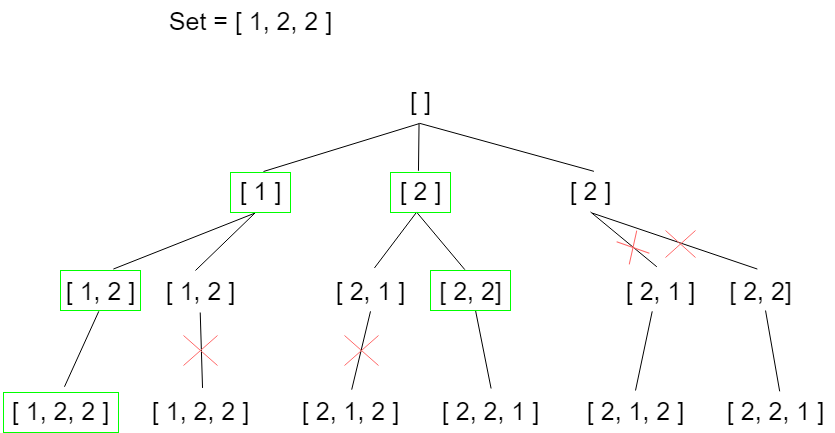
ashiven/leetcode-solutions keeps this draw.io diagram as Python3/img/SubsetsII.png. Above is the earlier version. Source tidied: cells renumbered, new cells last; positions are measured from the earlier drawing's top-left corner, leaving out a move shared by most shapes.
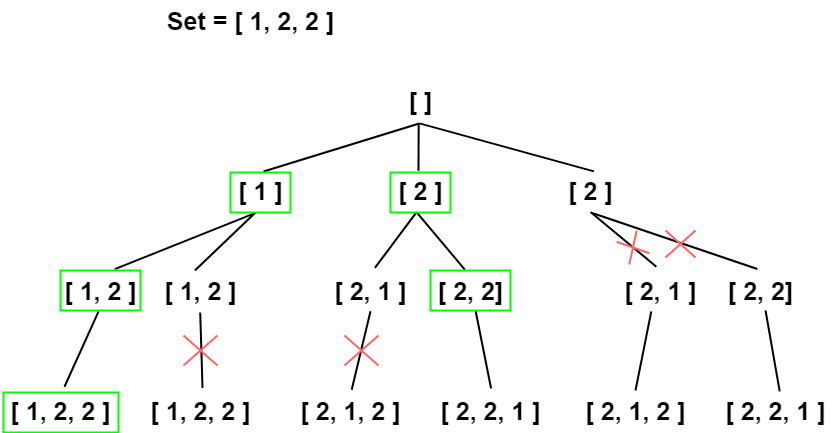
Above is the later version.

Diff of the diagram source:
```diff
@@ -1,128 +1,128 @@
-<mxGraphModel>
+<mxGraphModel background="#ffffff">
   <root>
     <mxCell id="0" />
     <mxCell id="1" parent="0" />
-    <mxCell id="2" value="Set = [ 1, 2, 2 ]" style="text;html=1;align=center;verticalAlign=middle;strokeColor=none;fillColor=none;fontSize=25;" parent="1" vertex="1">
+    <mxCell id="2" value="Set = [ 1, 2, 2 ]" style="text;html=1;align=center;verticalAlign=middle;strokeColor=none;fillColor=none;fontSize=25;strokeWidth=2;fontStyle=1;" parent="1" vertex="1">
       <mxGeometry x="155" width="190" height="40" as="geometry" />
     </mxCell>
-    <mxCell id="3" value="[ ]" style="text;html=1;align=center;verticalAlign=middle;points=[];strokeColor=none;fillColor=none;fontSize=25;" parent="1" vertex="1">
-      <mxGeometry x="400" y="80" width="40" height="40" as="geometry" />
+    <mxCell id="3" value="[ ]" style="text;html=1;align=center;verticalAlign=middle;points=[];strokeColor=none;fillColor=none;fontSize=25;strokeWidth=2;fontStyle=1;" parent="1" vertex="1">
+      <mxGeometry x="395" y="80" width="50" height="40" as="geometry" />
     </mxCell>
-    <mxCell id="4" value="[ 1 ]" style="text;html=1;align=center;verticalAlign=middle;points=[];strokeColor=none;fillColor=none;fontSize=25;" parent="1" vertex="1">
+    <mxCell id="4" value="[ 1 ]" style="text;html=1;align=center;verticalAlign=middle;points=[];strokeColor=none;fillColor=none;fontSize=25;strokeWidth=2;fontStyle=1;" parent="1" vertex="1">
       <mxGeometry x="225" y="170" width="70" height="40" as="geometry" />
     </mxCell>
-    <mxCell id="5" value="[ 2 ]" style="text;html=1;align=center;verticalAlign=middle;points=[];strokeColor=none;fillColor=none;fontSize=25;" parent="1" vertex="1">
+    <mxCell id="5" value="[ 2 ]" style="text;html=1;align=center;verticalAlign=middle;points=[];strokeColor=none;fillColor=none;fontSize=25;strokeWidth=2;fontStyle=1;" parent="1" vertex="1">
       <mxGeometry x="385" y="170" width="70" height="40" as="geometry" />
     </mxCell>
-    <mxCell id="6" value="[ 2 ]" style="text;html=1;align=center;verticalAlign=middle;points=[];strokeColor=none;fillColor=none;fontSize=25;" parent="1" vertex="1">
+    <mxCell id="6" value="[ 2 ]" style="text;html=1;align=center;verticalAlign=middle;points=[];strokeColor=none;fillColor=none;fontSize=25;strokeWidth=2;fontStyle=1;" parent="1" vertex="1">
       <mxGeometry x="555" y="170" width="70" height="40" as="geometry" />
     </mxCell>
-    <mxCell id="7" value="[ 1, 2 ]" style="text;html=1;align=center;verticalAlign=middle;points=[];strokeColor=none;fillColor=none;fontSize=25;" parent="1" vertex="1">
-      <mxGeometry x="55" y="270" width="90" height="40" as="geometry" />
+    <mxCell id="7" value="[ 1, 2 ]" style="text;html=1;align=center;verticalAlign=middle;points=[];strokeColor=none;fillColor=none;fontSize=25;strokeWidth=2;fontStyle=1;" parent="1" vertex="1">
+      <mxGeometry x="50" y="270" width="100" height="40" as="geometry" />
     </mxCell>
-    <mxCell id="8" value="[ 1, 2 ]" style="text;html=1;align=center;verticalAlign=middle;points=[];strokeColor=none;fillColor=none;fontSize=25;" parent="1" vertex="1">
-      <mxGeometry x="155" y="270" width="90" height="40" as="geometry" />
+    <mxCell id="8" value="[ 1, 2 ]" style="text;html=1;align=center;verticalAlign=middle;points=[];strokeColor=none;fillColor=none;fontSize=25;strokeWidth=2;fontStyle=1;" parent="1" vertex="1">
+      <mxGeometry x="150" y="270" width="100" height="40" as="geometry" />
     </mxCell>
-    <mxCell id="9" value="[ 2, 1 ]" style="text;html=1;align=center;verticalAlign=middle;points=[];strokeColor=none;fillColor=none;fontSize=25;" parent="1" vertex="1">
-      <mxGeometry x="325" y="270" width="90" height="40" as="geometry" />
+    <mxCell id="9" value="[ 2, 1 ]" style="text;html=1;align=center;verticalAlign=middle;points=[];strokeColor=none;fillColor=none;fontSize=25;strokeWidth=2;fontStyle=1;" parent="1" vertex="1">
+      <mxGeometry x="320" y="270" width="100" height="40" as="geometry" />
     </mxCell>
-    <mxCell id="10" value="[ 2, 2]" style="text;html=1;align=center;verticalAlign=middle;points=[];strokeColor=none;fillColor=none;fontSize=25;" parent="1" vertex="1">
+    <mxCell id="10" value="[ 2, 2]" style="text;html=1;align=center;verticalAlign=middle;points=[];strokeColor=none;fillColor=none;fontSize=25;strokeWidth=2;fontStyle=1;" parent="1" vertex="1">
       <mxGeometry x="425" y="270" width="90" height="40" as="geometry" />
     </mxCell>
-    <mxCell id="11" value="[ 2, 1 ]" style="text;html=1;align=center;verticalAlign=middle;points=[];strokeColor=none;fillColor=none;fontSize=25;" parent="1" vertex="1">
-      <mxGeometry x="615" y="270" width="90" height="40" as="geometry" />
+    <mxCell id="11" value="[ 2, 1 ]" style="text;html=1;align=center;verticalAlign=middle;points=[];strokeColor=none;fillColor=none;fontSize=25;strokeWidth=2;fontStyle=1;" parent="1" vertex="1">
+      <mxGeometry x="610" y="270" width="100" height="40" as="geometry" />
     </mxCell>
-    <mxCell id="12" value="[ 2, 2]" style="text;html=1;align=center;verticalAlign=middle;points=[];strokeColor=none;fillColor=none;fontSize=25;" parent="1" vertex="1">
+    <mxCell id="12" value="[ 2, 2]" style="text;html=1;align=center;verticalAlign=middle;points=[];strokeColor=none;fillColor=none;fontSize=25;strokeWidth=2;fontStyle=1;" parent="1" vertex="1">
       <mxGeometry x="715" y="270" width="90" height="40" as="geometry" />
     </mxCell>
-    <mxCell id="13" value="[ 1, 2, 2 ]" style="text;html=1;align=center;verticalAlign=middle;points=[];strokeColor=none;fillColor=none;fontSize=25;" parent="1" vertex="1">
+    <mxCell id="13" value="[ 1, 2, 2 ]" style="text;html=1;align=center;verticalAlign=middle;points=[];strokeColor=none;fillColor=none;fontSize=25;strokeWidth=2;fontStyle=1;" parent="1" vertex="1">
       <mxGeometry y="390" width="120" height="40" as="geometry" />
     </mxCell>
-    <mxCell id="14" value="[ 1, 2, 2 ]" style="text;html=1;align=center;verticalAlign=middle;points=[];strokeColor=none;fillColor=none;fontSize=25;" parent="1" vertex="1">
+    <mxCell id="14" value="[ 1, 2, 2 ]" style="text;html=1;align=center;verticalAlign=middle;points=[];strokeColor=none;fillColor=none;fontSize=25;strokeWidth=2;fontStyle=1;" parent="1" vertex="1">
       <mxGeometry x="140" y="390" width="120" height="40" as="geometry" />
     </mxCell>
-    <mxCell id="15" value="[ 2, 1, 2 ]" style="text;html=1;align=center;verticalAlign=middle;points=[];strokeColor=none;fillColor=none;fontSize=25;" parent="1" vertex="1">
+    <mxCell id="15" value="[ 2, 1, 2 ]" style="text;html=1;align=center;verticalAlign=middle;points=[];strokeColor=none;fillColor=none;fontSize=25;strokeWidth=2;fontStyle=1;" parent="1" vertex="1">
       <mxGeometry x="290" y="390" width="120" height="40" as="geometry" />
     </mxCell>
-    <mxCell id="16" value="[ 2, 2, 1 ]" style="text;html=1;align=center;verticalAlign=middle;points=[];strokeColor=none;fillColor=none;fontSize=25;" parent="1" vertex="1">
+    <mxCell id="16" value="[ 2, 2, 1 ]" style="text;html=1;align=center;verticalAlign=middle;points=[];strokeColor=none;fillColor=none;fontSize=25;strokeWidth=2;fontStyle=1;" parent="1" vertex="1">
       <mxGeometry x="430" y="390" width="120" height="40" as="geometry" />
     </mxCell>
-    <mxCell id="17" value="[ 2, 1, 2 ]" style="text;html=1;align=center;verticalAlign=middle;points=[];strokeColor=none;fillColor=none;fontSize=25;" parent="1" vertex="1">
+    <mxCell id="17" value="[ 2, 1, 2 ]" style="text;html=1;align=center;verticalAlign=middle;points=[];strokeColor=none;fillColor=none;fontSize=25;strokeWidth=2;fontStyle=1;" parent="1" vertex="1">
       <mxGeometry x="575" y="390" width="120" height="40" as="geometry" />
     </mxCell>
-    <mxCell id="18" value="[ 2, 2, 1 ]" style="text;html=1;align=center;verticalAlign=middle;points=[];strokeColor=none;fillColor=none;fontSize=25;" parent="1" vertex="1">
+    <mxCell id="18" value="[ 2, 2, 1 ]" style="text;html=1;align=center;verticalAlign=middle;points=[];strokeColor=none;fillColor=none;fontSize=25;strokeWidth=2;fontStyle=1;" parent="1" vertex="1">
       <mxGeometry x="715" y="390" width="120" height="40" as="geometry" />
     </mxCell>
-    <mxCell id="19" style="endArrow=none;html=1;rounded=0;exitX=0.543;exitY=0.025;exitDx=0;exitDy=0;exitPerimeter=0;entryX=0.475;entryY=1.075;entryDx=0;entryDy=0;entryPerimeter=0;" parent="1" edge="1" source="4" target="3">
+    <mxCell id="19" style="endArrow=none;html=1;rounded=0;exitX=0.543;exitY=0.025;exitDx=0;exitDy=0;exitPerimeter=0;entryX=0.475;entryY=1.075;entryDx=0;entryDy=0;entryPerimeter=0;strokeWidth=2;fontStyle=1;" parent="1" edge="1" source="4" target="3">
       <mxGeometry relative="1" as="geometry" />
     </mxCell>
-    <mxCell id="20" style="endArrow=none;html=1;rounded=0;exitX=0.643;exitY=-0.036;exitDx=0;exitDy=0;exitPerimeter=0;entryX=0.422;entryY=1.064;entryDx=0;entryDy=0;entryPerimeter=0;" parent="1" edge="1" source="7" target="4">
+    <mxCell id="20" style="endArrow=none;html=1;rounded=0;exitX=0.643;exitY=-0.036;exitDx=0;exitDy=0;exitPerimeter=0;entryX=0.422;entryY=1.064;entryDx=0;entryDy=0;entryPerimeter=0;strokeWidth=2;fontStyle=1;" parent="1" edge="1" source="7" target="4">
       <mxGeometry relative="1" as="geometry" />
     </mxCell>
-    <mxCell id="21" style="endArrow=none;html=1;rounded=0;exitX=0.444;exitY=0;exitDx=0;exitDy=0;exitPerimeter=0;entryX=0.429;entryY=1.05;entryDx=0;entryDy=0;entryPerimeter=0;" parent="1" edge="1" source="8" target="4">
+    <mxCell id="21" style="endArrow=none;html=1;rounded=0;exitX=0.444;exitY=0;exitDx=0;exitDy=0;exitPerimeter=0;entryX=0.429;entryY=1.05;entryDx=0;entryDy=0;entryPerimeter=0;strokeWidth=2;fontStyle=1;" parent="1" edge="1" source="8" target="4">
       <mxGeometry relative="1" as="geometry" />
     </mxCell>
-    <mxCell id="22" style="endArrow=none;html=1;rounded=0;exitX=0.533;exitY=-0.093;exitDx=0;exitDy=0;exitPerimeter=0;entryX=0.481;entryY=1.021;entryDx=0;entryDy=0;entryPerimeter=0;" parent="1" edge="1" source="13" target="7">
+    <mxCell id="22" style="endArrow=none;html=1;rounded=0;exitX=0.533;exitY=-0.093;exitDx=0;exitDy=0;exitPerimeter=0;entryX=0.481;entryY=1.021;entryDx=0;entryDy=0;entryPerimeter=0;strokeWidth=2;fontStyle=1;" parent="1" edge="1" source="13" target="7">
       <mxGeometry relative="1" as="geometry" />
     </mxCell>
-    <mxCell id="23" style="endArrow=none;html=1;rounded=0;exitX=0.517;exitY=-0.064;exitDx=0;exitDy=0;exitPerimeter=0;entryX=0.497;entryY=1.05;entryDx=0;entryDy=0;entryPerimeter=0;" parent="1" edge="1" source="14" target="8">
+    <mxCell id="23" style="endArrow=none;html=1;rounded=0;exitX=0.517;exitY=-0.064;exitDx=0;exitDy=0;exitPerimeter=0;entryX=0.497;entryY=1.05;entryDx=0;entryDy=0;entryPerimeter=0;strokeWidth=2;fontStyle=1;" parent="1" edge="1" source="14" target="8">
       <mxGeometry relative="1" as="geometry" />
     </mxCell>
-    <mxCell id="24" style="endArrow=none;html=1;rounded=0;exitX=0.544;exitY=-0.064;exitDx=0;exitDy=0;exitPerimeter=0;entryX=0.447;entryY=1.036;entryDx=0;entryDy=0;entryPerimeter=0;" parent="1" edge="1" source="9" target="5">
+    <mxCell id="24" style="endArrow=none;html=1;rounded=0;exitX=0.544;exitY=-0.064;exitDx=0;exitDy=0;exitPerimeter=0;entryX=0.447;entryY=1.036;entryDx=0;entryDy=0;entryPerimeter=0;strokeWidth=2;fontStyle=1;" parent="1" edge="1" source="9" target="5">
       <mxGeometry relative="1" as="geometry" />
     </mxCell>
-    <mxCell id="25" style="endArrow=none;html=1;rounded=0;entryX=0.437;entryY=-0.021;entryDx=0;entryDy=0;entryPerimeter=0;exitX=0.455;exitY=1.064;exitDx=0;exitDy=0;exitPerimeter=0;" parent="1" edge="1" source="5" target="10">
+    <mxCell id="25" style="endArrow=none;html=1;rounded=0;entryX=0.437;entryY=-0.021;entryDx=0;entryDy=0;entryPerimeter=0;exitX=0.455;exitY=1.064;exitDx=0;exitDy=0;exitPerimeter=0;strokeWidth=2;fontStyle=1;" parent="1" edge="1" source="5" target="10">
       <mxGeometry relative="1" as="geometry" />
     </mxCell>
-    <mxCell id="26" style="endArrow=none;html=1;rounded=0;exitX=0.471;exitY=0.007;exitDx=0;exitDy=0;exitPerimeter=0;entryX=0.464;entryY=1.071;entryDx=0;entryDy=0;entryPerimeter=0;" parent="1" edge="1" source="5" target="3">
+    <mxCell id="26" style="endArrow=none;html=1;rounded=0;exitX=0.471;exitY=0.007;exitDx=0;exitDy=0;exitPerimeter=0;entryX=0.464;entryY=1.071;entryDx=0;entryDy=0;entryPerimeter=0;strokeWidth=2;fontStyle=1;" parent="1" edge="1" source="5" target="3">
       <mxGeometry relative="1" as="geometry" />
     </mxCell>
-    <mxCell id="27" style="endArrow=none;html=1;rounded=0;exitX=0.51;exitY=-0.021;exitDx=0;exitDy=0;exitPerimeter=0;entryX=0.5;entryY=1.021;entryDx=0;entryDy=0;entryPerimeter=0;" parent="1" edge="1" source="15" target="9">
+    <mxCell id="27" style="endArrow=none;html=1;rounded=0;exitX=0.51;exitY=-0.021;exitDx=0;exitDy=0;exitPerimeter=0;entryX=0.5;entryY=1.021;entryDx=0;entryDy=0;entryPerimeter=0;strokeWidth=2;fontStyle=1;" parent="1" edge="1" source="15" target="9">
       <mxGeometry relative="1" as="geometry" />
     </mxCell>
-    <mxCell id="28" style="endArrow=none;html=1;rounded=0;exitX=0.505;exitY=-0.05;exitDx=0;exitDy=0;exitPerimeter=0;entryX=0.556;entryY=1;entryDx=0;entryDy=0;entryPerimeter=0;" parent="1" edge="1" source="16" target="10">
+    <mxCell id="28" style="endArrow=none;html=1;rounded=0;exitX=0.505;exitY=-0.05;exitDx=0;exitDy=0;exitPerimeter=0;entryX=0.556;entryY=1;entryDx=0;entryDy=0;entryPerimeter=0;strokeWidth=2;fontStyle=1;" parent="1" edge="1" source="16" target="10">
       <mxGeometry relative="1" as="geometry" />
     </mxCell>
-    <mxCell id="29" style="endArrow=none;html=1;rounded=0;exitX=0.549;exitY=0.021;exitDx=0;exitDy=0;exitPerimeter=0;entryX=0.479;entryY=1.071;entryDx=0;entryDy=0;entryPerimeter=0;" parent="1" edge="1" source="6" target="3">
+    <mxCell id="29" style="endArrow=none;html=1;rounded=0;exitX=0.549;exitY=0.021;exitDx=0;exitDy=0;exitPerimeter=0;entryX=0.479;entryY=1.071;entryDx=0;entryDy=0;entryPerimeter=0;strokeWidth=2;fontStyle=1;" parent="1" edge="1" source="6" target="3">
       <mxGeometry relative="1" as="geometry" />
     </mxCell>
-    <mxCell id="30" style="endArrow=none;html=1;rounded=0;exitX=0.459;exitY=-0.093;exitDx=0;exitDy=0;exitPerimeter=0;entryX=0.5;entryY=1.036;entryDx=0;entryDy=0;entryPerimeter=0;" parent="1" edge="1" source="11" target="6">
+    <mxCell id="30" style="endArrow=none;html=1;rounded=0;exitX=0.459;exitY=-0.093;exitDx=0;exitDy=0;exitPerimeter=0;entryX=0.5;entryY=1.036;entryDx=0;entryDy=0;entryPerimeter=0;strokeWidth=2;fontStyle=1;" parent="1" edge="1" source="11" target="6">
       <mxGeometry relative="1" as="geometry" />
     </mxCell>
-    <mxCell id="31" style="endArrow=none;html=1;rounded=0;exitX=0.465;exitY=-0.036;exitDx=0;exitDy=0;exitPerimeter=0;entryX=0.524;entryY=1.064;entryDx=0;entryDy=0;entryPerimeter=0;" parent="1" edge="1" source="12" target="6">
+    <mxCell id="31" style="endArrow=none;html=1;rounded=0;exitX=0.465;exitY=-0.036;exitDx=0;exitDy=0;exitPerimeter=0;entryX=0.524;entryY=1.064;entryDx=0;entryDy=0;entryPerimeter=0;strokeWidth=2;fontStyle=1;" parent="1" edge="1" source="12" target="6">
       <mxGeometry relative="1" as="geometry" />
     </mxCell>
-    <mxCell id="32" style="endArrow=none;html=1;rounded=0;exitX=0.5;exitY=0;exitDx=0;exitDy=0;exitPerimeter=0;entryX=0.408;entryY=1.021;entryDx=0;entryDy=0;entryPerimeter=0;" parent="1" edge="1" source="17" target="11">
+    <mxCell id="32" style="endArrow=none;html=1;rounded=0;exitX=0.5;exitY=0;exitDx=0;exitDy=0;exitPerimeter=0;entryX=0.408;entryY=1.021;entryDx=0;entryDy=0;entryPerimeter=0;strokeWidth=2;fontStyle=1;" parent="1" edge="1" source="17" target="11">
       <mxGeometry relative="1" as="geometry" />
     </mxCell>
-    <mxCell id="33" style="endArrow=none;html=1;rounded=0;exitX=0.535;exitY=0.021;exitDx=0;exitDy=0;exitPerimeter=0;entryX=0.556;entryY=1;entryDx=0;entryDy=0;entryPerimeter=0;" parent="1" edge="1" source="18" target="12">
+    <mxCell id="33" style="endArrow=none;html=1;rounded=0;exitX=0.535;exitY=0.021;exitDx=0;exitDy=0;exitPerimeter=0;entryX=0.556;entryY=1;entryDx=0;entryDy=0;entryPerimeter=0;strokeWidth=2;fontStyle=1;" parent="1" edge="1" source="18" target="12">
       <mxGeometry relative="1" as="geometry" />
     </mxCell>
-    <mxCell id="34" style="rounded=0;whiteSpace=wrap;html=1;fillColor=none;strokeColor=#00FF00;" parent="1" vertex="1">
+    <mxCell id="34" style="rounded=0;whiteSpace=wrap;html=1;fillColor=none;strokeColor=#00FF00;strokeWidth=2;fontStyle=1;" parent="1" vertex="1">
       <mxGeometry x="230" y="172" width="60" height="40" as="geometry" />
     </mxCell>
-    <mxCell id="35" style="rounded=0;whiteSpace=wrap;html=1;fillColor=none;strokeColor=#00FF00;" parent="1" vertex="1">
+    <mxCell id="35" style="rounded=0;whiteSpace=wrap;html=1;fillColor=none;strokeColor=#00FF00;strokeWidth=2;fontStyle=1;" parent="1" vertex="1">
       <mxGeometry x="60" y="270" width="80" height="40" as="geometry" />
     </mxCell>
-    <mxCell id="36" style="rounded=0;whiteSpace=wrap;html=1;fillColor=none;strokeColor=#00FF00;" parent="1" vertex="1">
+    <mxCell id="36" style="rounded=0;whiteSpace=wrap;html=1;fillColor=none;strokeColor=#00FF00;strokeWidth=2;fontStyle=1;" parent="1" vertex="1">
       <mxGeometry x="3" y="392" width="115" height="40" as="geometry" />
     </mxCell>
-    <mxCell id="37" style="rounded=0;whiteSpace=wrap;html=1;fillColor=none;strokeColor=#00FF00;" parent="1" vertex="1">
+    <mxCell id="37" style="rounded=0;whiteSpace=wrap;html=1;fillColor=none;strokeColor=#00FF00;strokeWidth=2;fontStyle=1;" parent="1" vertex="1">
       <mxGeometry x="390" y="172" width="60" height="40" as="geometry" />
     </mxCell>
-    <mxCell id="38" style="rounded=0;whiteSpace=wrap;html=1;fillColor=none;strokeColor=#00FF00;" parent="1" vertex="1">
+    <mxCell id="38" style="rounded=0;whiteSpace=wrap;html=1;fillColor=none;strokeColor=#00FF00;strokeWidth=2;fontStyle=1;" parent="1" vertex="1">
       <mxGeometry x="430" y="270" width="80" height="40" as="geometry" />
     </mxCell>
-    <mxCell id="39" style="shape=mxgraph.sysml.x;strokeColor=#FF6666;" parent="1" vertex="1">
+    <mxCell id="39" style="shape=mxgraph.sysml.x;strokeColor=#FF6666;strokeWidth=2;fontStyle=1;" parent="1" vertex="1">
       <mxGeometry x="183" y="335" width="34" height="30" as="geometry" />
     </mxCell>
-    <mxCell id="40" style="shape=mxgraph.sysml.x;strokeColor=#FF6666;" parent="1" vertex="1">
+    <mxCell id="40" style="shape=mxgraph.sysml.x;strokeColor=#FF6666;strokeWidth=2;fontStyle=1;" parent="1" vertex="1">
       <mxGeometry x="344" y="335" width="34" height="30" as="geometry" />
     </mxCell>
-    <mxCell id="41" style="shape=mxgraph.sysml.x;strokeColor=#FF6666;" parent="1" vertex="1">
+    <mxCell id="41" style="shape=mxgraph.sysml.x;strokeColor=#FF6666;strokeWidth=2;fontStyle=1;" parent="1" vertex="1">
       <mxGeometry x="665" y="230" width="30" height="27" as="geometry" />
     </mxCell>
-    <mxCell id="42" style="shape=mxgraph.sysml.x;strokeColor=#FF6666;rotation=331;" parent="1" vertex="1">
+    <mxCell id="42" style="shape=mxgraph.sysml.x;strokeColor=#FF6666;rotation=331;strokeWidth=2;fontStyle=1;" parent="1" vertex="1">
       <mxGeometry x="621" y="234" width="23" height="26" as="geometry" />
     </mxCell>
   </root>
```
